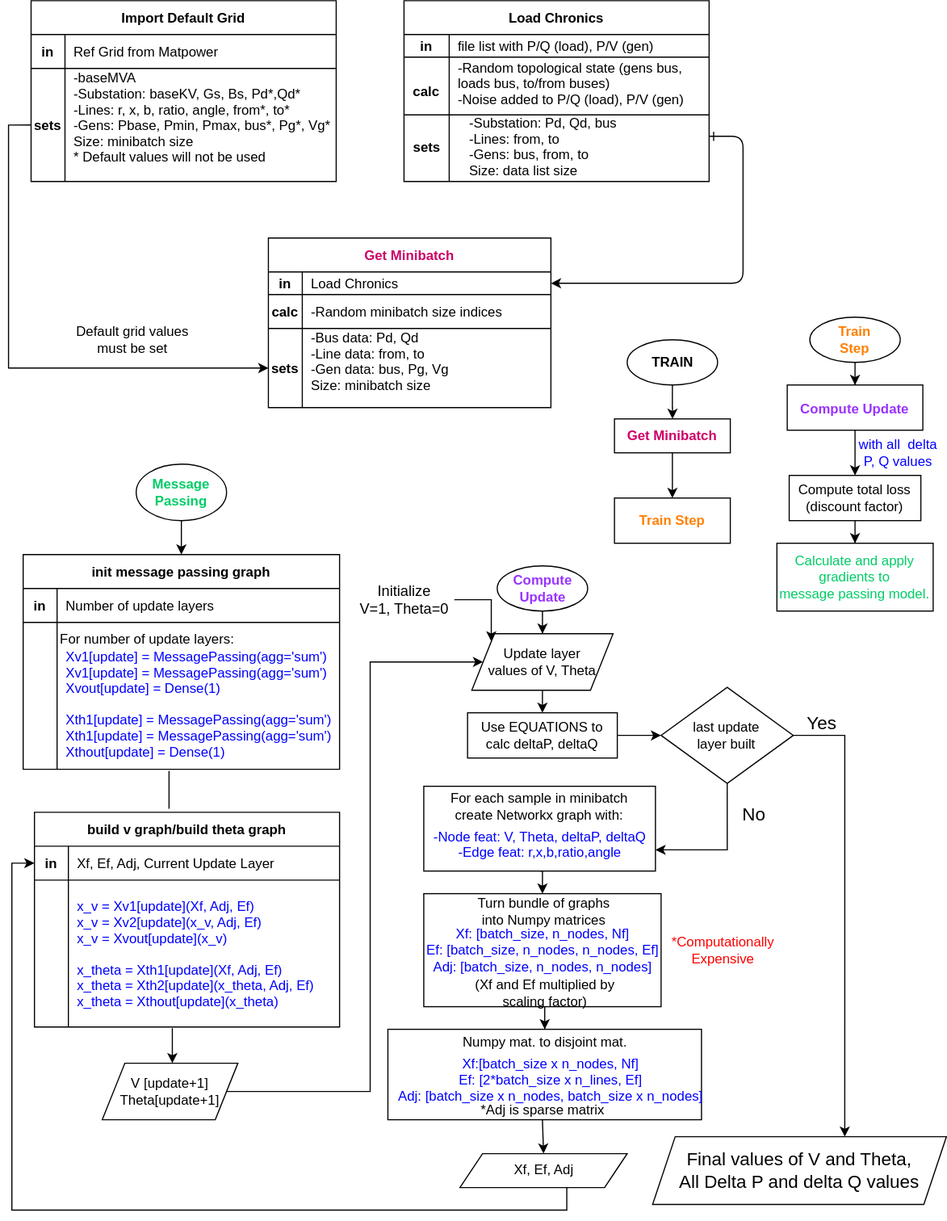
tanushBee/RLC1 keeps this draw.io diagram as PFdiagrams.svg. Above is the earlier version. Source tidied: cells renumbered, new cells last; positions are measured from the earlier drawing's top-left corner, leaving out a move shared by most shapes.
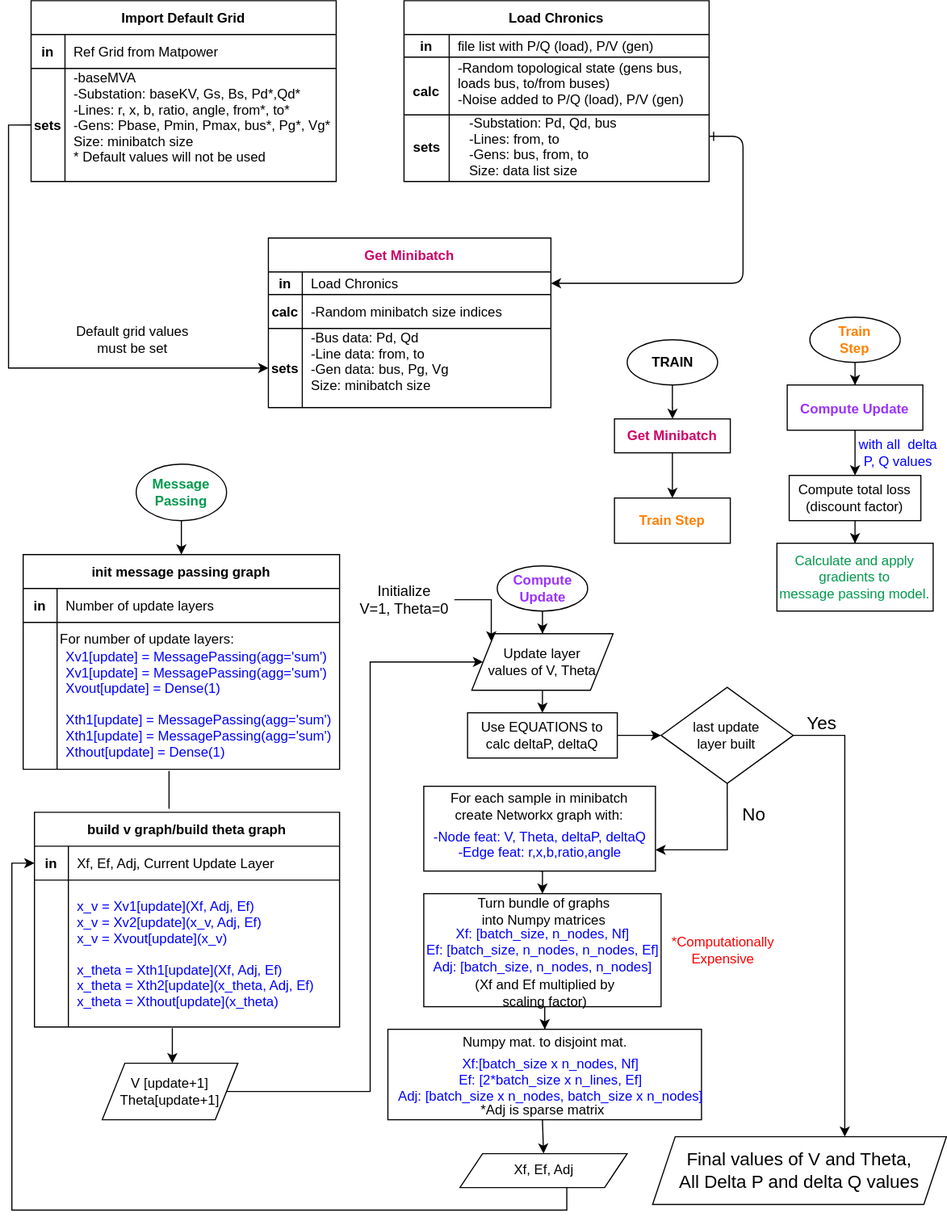
After the commit.

Diff of the diagram source:
```diff
@@ -171,7 +171,7 @@
     <mxCell id="53" style="edgeStyle=orthogonalEdgeStyle;rounded=0;jettySize=auto;html=1;endArrow=classic;endFill=1;fontColor=#000000;" parent="1" edge="1" source="54" target="59">
       <mxGeometry relative="1" as="geometry" />
     </mxCell>
-    <mxCell id="54" value="&lt;div&gt;Message &lt;br&gt;&lt;/div&gt;&lt;div&gt;Passing&lt;br&gt;&lt;/div&gt;" style="ellipse;whiteSpace=wrap;html=1;fontStyle=1;fontColor=#00CC66;" parent="1" vertex="1">
+    <mxCell id="54" value="&lt;div&gt;Message &lt;br&gt;&lt;/div&gt;&lt;div&gt;Passing&lt;br&gt;&lt;/div&gt;" style="ellipse;whiteSpace=wrap;html=1;fontStyle=1;fontColor=#00994D;" parent="1" vertex="1">
       <mxGeometry x="110" y="410" width="80" height="50" as="geometry" />
     </mxCell>
     <mxCell id="55" style="edgeStyle=orthogonalEdgeStyle;rounded=0;jettySize=auto;html=1;entryX=0;entryY=0.5;entryDx=0;entryDy=0;endArrow=classic;endFill=1;fontColor=#000000;" parent="1" edge="1" source="56" target="36">
@@ -286,7 +286,7 @@
     <mxCell id="86" value="&lt;div&gt;with all&amp;nbsp; delta P, Q values&lt;br&gt;&lt;/div&gt;" style="text;html=1;strokeColor=none;fillColor=none;align=center;verticalAlign=middle;whiteSpace=wrap;rounded=0;fontSize=12;fontColor=#0000FF;" parent="1" vertex="1">
       <mxGeometry x="746.1" y="390" width="76.5" height="20" as="geometry" />
     </mxCell>
-    <mxCell id="87" value="&lt;div&gt;Calculate and apply gradients to&lt;/div&gt;&lt;div&gt;message passing model.&lt;br&gt;&lt;/div&gt;" style="rounded=0;whiteSpace=wrap;html=1;fontSize=12;fontColor=#00CC66;" parent="1" vertex="1">
+    <mxCell id="87" value="&lt;div&gt;Calculate and apply gradients to&lt;/div&gt;&lt;div&gt;message passing model.&lt;br&gt;&lt;/div&gt;" style="rounded=0;whiteSpace=wrap;html=1;fontSize=12;fontColor=#00994D;" parent="1" vertex="1">
       <mxGeometry x="677" y="480" width="138.2" height="60" as="geometry" />
     </mxCell>
     <mxCell id="88" style="edgeStyle=orthogonalEdgeStyle;rounded=0;jettySize=auto;html=1;endArrow=classic;endFill=1;fontSize=12;fontColor=#000000;" parent="1" edge="1" source="89" target="91">
```
